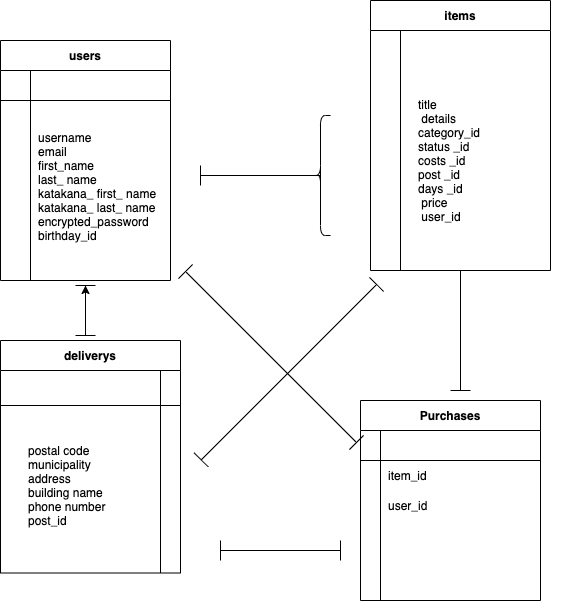
Before: er.drawio.png, a diagram exported from draw.io (abetatsu5466/furima-35389). Source tidied: cells renumbered, new cells last; positions are measured from the earlier drawing's top-left corner, leaving out a move shared by most shapes.
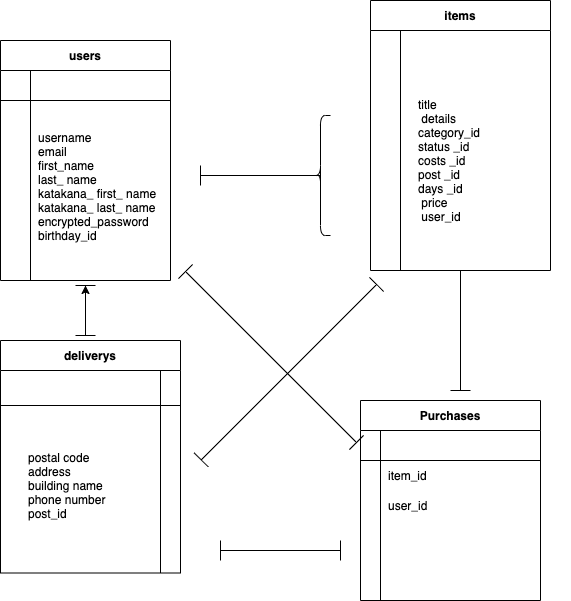
The same diagram one commit later.

The edit, as a diff of the source:
```diff
@@ -143,7 +143,7 @@
     <mxCell id="48" style="shape=partialRectangle;fillColor=none;top=0;left=0;bottom=0;right=0;align=left;spacingLeft=6;overflow=hidden;" parent="1" vertex="1">
       <mxGeometry x="340" y="530" width="160" height="30" as="geometry" />
     </mxCell>
-    <mxCell id="49" value="postal code  &#10;municipality &#10;address &#10;building name &#10;phone number  &#10;post_id" style="shape=partialRectangle;fillColor=none;top=0;left=0;bottom=0;right=0;align=left;spacingLeft=6;overflow=hidden;" parent="1" vertex="1">
+    <mxCell id="49" value="postal code  &#10;address &#10;building name &#10;phone number  &#10;post_id" style="shape=partialRectangle;fillColor=none;top=0;left=0;bottom=0;right=0;align=left;spacingLeft=6;overflow=hidden;" parent="1" vertex="1">
       <mxGeometry x="20" y="375" width="140" height="220" as="geometry" />
     </mxCell>
     <mxCell id="50" style="shape=partialRectangle;fillColor=none;top=0;left=0;bottom=0;right=0;align=left;spacingLeft=6;overflow=hidden;" parent="1" vertex="1">
```
